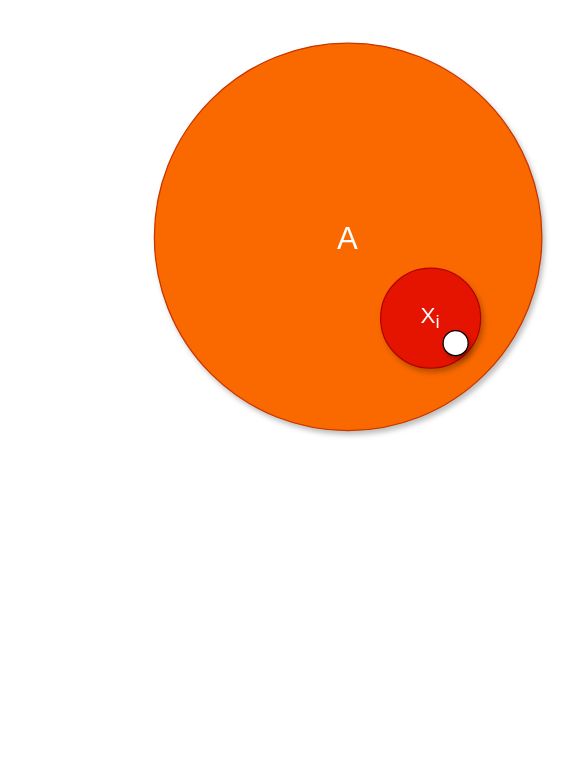
Earlier version of the draw.io diagram page "Page-1" (2 of 2) of pages/programming/networks/A-method-for-firewall-policy-filtering-which-based-on-vector-compression.drawio (songtianyi/songtianyi.github.io). Source tidied: cells renumbered, new cells numbered last; positions are measured from the earlier drawing's top-left corner, leaving out a move shared by most shapes. Both pictures are drawn from the tidied source at 125%, with x=0, y=0 at pixel (154, 42).
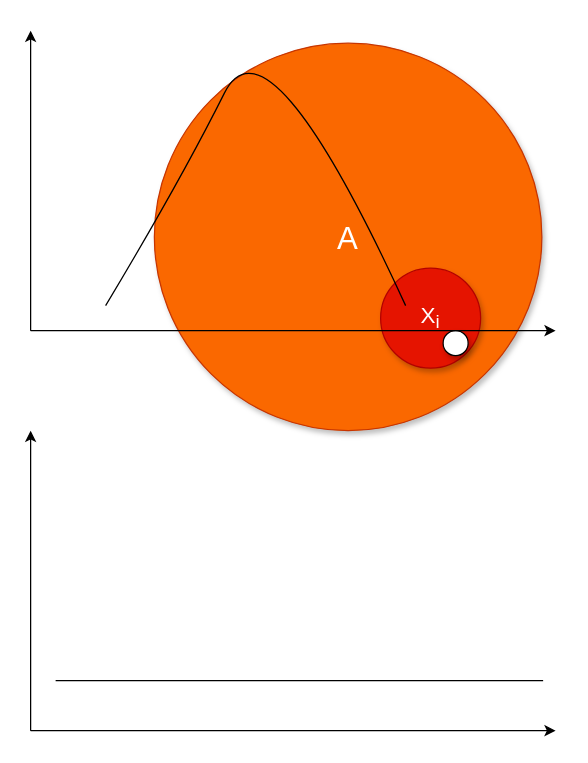
Above is the later version.

Diff of the diagram source:
```diff
@@
 <mxGraphModel>
   <root>
     <mxCell id="0" />
     <mxCell id="1" parent="0" />
     <mxCell id="2" value="&lt;font style=&quot;font-size: 25px&quot;&gt;A&lt;/font&gt;" style="ellipse;whiteSpace=wrap;html=1;shadow=1;fillColor=#fa6800;strokeColor=#C73500;fontColor=#ffffff;" parent="1" vertex="1">
       <mxGeometry width="310" height="310" as="geometry" />
     </mxCell>
     <mxCell id="3" value="&lt;font style=&quot;font-size: 18px&quot;&gt;X&lt;sub&gt;i&lt;/sub&gt;&lt;/font&gt;" style="ellipse;whiteSpace=wrap;html=1;fillColor=#e51400;strokeColor=#B20000;shadow=1;fontColor=#ffffff;" parent="1" vertex="1">
       <mxGeometry x="181" y="180" width="80" height="80" as="geometry" />
     </mxCell>
     <mxCell id="4" style="ellipse;whiteSpace=wrap;html=1;shadow=1;" parent="1" vertex="1">
       <mxGeometry x="231" y="230" width="20" height="20" as="geometry" />
     </mxCell>
+    <mxCell id="5" parent="0" />
+    <mxCell id="6" style="endArrow=classic;html=1;" parent="5" edge="1">
+      <mxGeometry relative="1" as="geometry">
+        <mxPoint x="-99" y="230" as="sourcePoint" />
+        <mxPoint x="-99" y="-10" as="targetPoint" />
+      </mxGeometry>
+    </mxCell>
+    <mxCell id="7" style="endArrow=classic;html=1;" parent="5" edge="1">
+      <mxGeometry relative="1" as="geometry">
+        <mxPoint x="-99" y="230" as="sourcePoint" />
+        <mxPoint x="321" y="230" as="targetPoint" />
+      </mxGeometry>
+    </mxCell>
+    <mxCell id="8" style="curved=1;endArrow=none;html=1;endFill=0;" parent="5" edge="1">
+      <mxGeometry relative="1" as="geometry">
+        <mxPoint x="-39" y="210" as="sourcePoint" />
+        <mxPoint x="201" y="210" as="targetPoint" />
+        <Array as="points">
+          <mxPoint x="21" y="110" />
+          <mxPoint x="91" y="-30" />
+        </Array>
+      </mxGeometry>
+    </mxCell>
+    <mxCell id="9" style="endArrow=classic;html=1;" parent="5" edge="1">
+      <mxGeometry relative="1" as="geometry">
+        <mxPoint x="-99" y="550" as="sourcePoint" />
+        <mxPoint x="-99" y="310" as="targetPoint" />
+      </mxGeometry>
+    </mxCell>
+    <mxCell id="10" style="endArrow=classic;html=1;" parent="5" edge="1">
+      <mxGeometry relative="1" as="geometry">
+        <mxPoint x="-99" y="550" as="sourcePoint" />
+        <mxPoint x="321" y="550" as="targetPoint" />
+      </mxGeometry>
+    </mxCell>
+    <mxCell id="11" style="endArrow=none;html=1;" parent="5" edge="1">
+      <mxGeometry relative="1" as="geometry">
+        <mxPoint x="-79" y="510" as="sourcePoint" />
+        <mxPoint x="311" y="510" as="targetPoint" />
+      </mxGeometry>
+    </mxCell>
   </root>
 </mxGraphModel>
```
